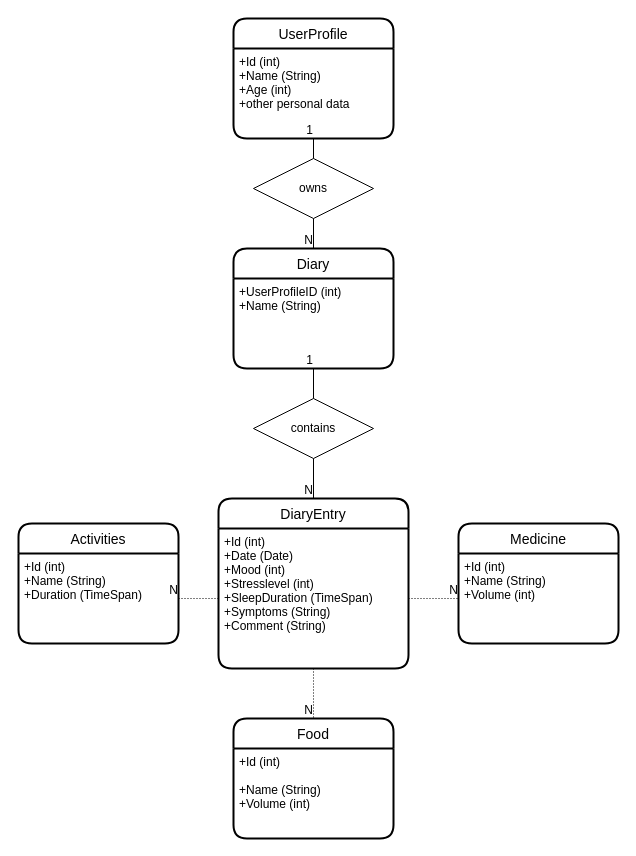
FrauMauz/diagrams keeps this draw.io diagram as Untitled Diagram.drawio. Above is the earlier version. Source tidied: cells renumbered, new cells numbered last; positions are measured from the earlier drawing's top-left corner, leaving out a move shared by most shapes. Both pictures are drawn from the tidied source at 100%, with x=0, y=0 at pixel (18, 18).
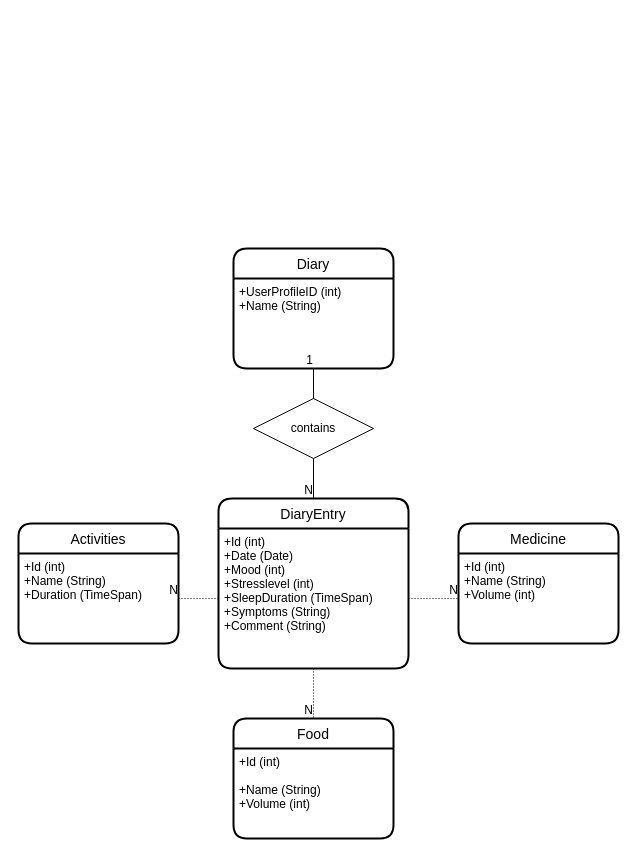
After the change.

Commit message:
userprofile entfernt

Unchanged cells that the change refers to:
```xml
<mxCell id="2" value="Diary" style="swimlane;horizontal=1;startSize=30;rounded=1;fontSize=14;fontStyle=0;strokeWidth=2;shadow=0;dashed=0;align=center;" parent="1" vertex="1">
  <mxGeometry x="215" y="230" width="160" height="120" as="geometry" />
</mxCell>
```

Change to the diagram source:
```diff
@@
-    <mxCell id="6" value="UserProfile" style="swimlane;horizontal=1;startSize=30;rounded=1;fontSize=14;fontStyle=0;strokeWidth=2;shadow=0;dashed=0;align=center;" parent="1" vertex="1">
-      <mxGeometry x="215" width="160" height="120" as="geometry" />
-    </mxCell>
-    <mxCell id="7" value="+Id (int)&#10;+Name (String)&#10;+Age (int)&#10;+other personal data&#10;&#10;" style="align=left;strokeColor=none;fillColor=none;spacingLeft=4;fontSize=12;verticalAlign=top;" parent="6" vertex="1">
-      <mxGeometry y="30" width="160" height="90" as="geometry" />
-    </mxCell>
@@
-    <mxCell id="25" value="&lt;div&gt;owns&lt;/div&gt;" style="shape=rhombus;perimeter=rhombusPerimeter;whiteSpace=wrap;html=1;align=center;" parent="1" vertex="1">
-      <mxGeometry x="235" y="140" width="120" height="60" as="geometry" />
-    </mxCell>
-    <mxCell id="26" style="endArrow=none;html=1;rounded=0;exitX=0.5;exitY=0;exitDx=0;exitDy=0;entryX=0.5;entryY=1;entryDx=0;entryDy=0;" parent="1" edge="1" source="25" target="7">
-      <mxGeometry relative="1" as="geometry" />
-    </mxCell>
-    <mxCell id="27" value="1" style="html=1;align=right;verticalAlign=bottom;" parent="26" vertex="1">
-      <mxGeometry x="1" relative="1" as="geometry" />
-    </mxCell>
-    <mxCell id="28" style="endArrow=none;html=1;rounded=0;exitX=0.5;exitY=1;exitDx=0;exitDy=0;entryX=0.5;entryY=0;entryDx=0;entryDy=0;" parent="1" edge="1" source="25" target="2">
-      <mxGeometry relative="1" as="geometry" />
-    </mxCell>
-    <mxCell id="29" value="N" style="html=1;align=right;verticalAlign=bottom;" parent="28" vertex="1">
-      <mxGeometry x="1" relative="1" as="geometry" />
-    </mxCell>
```
